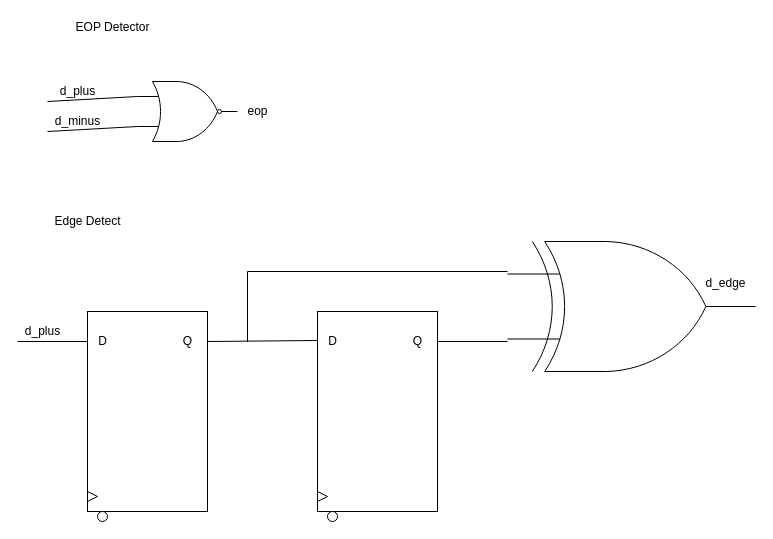
The draw.io diagram project/docs/schematic.drawio in Mooyeonkim628/ECE337_ASIC_Design, before the edit. Source tidied: cells renumbered, new cells numbered last; positions are measured from the earlier drawing's top-left corner, leaving out a move shared by most shapes. Both pictures are drawn from the tidied source at 100%, with x=0, y=0 at pixel (17, 17).
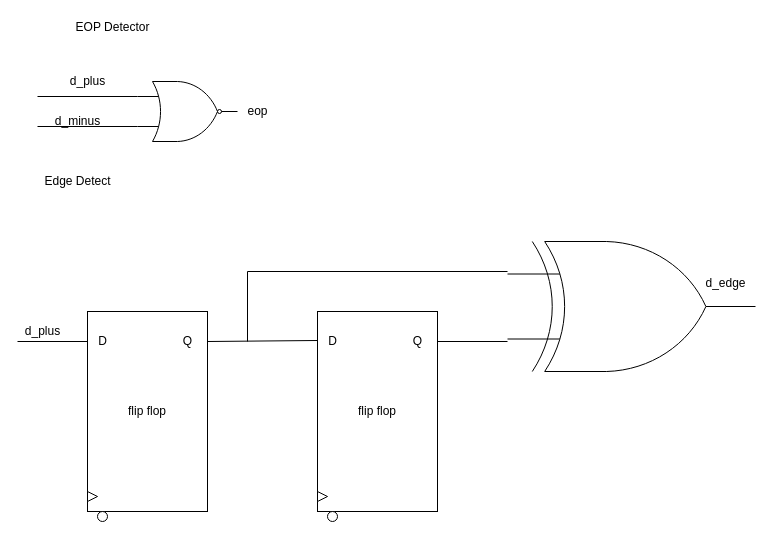
After the change.

Unchanged cells that the change refers to:
```xml
<mxCell id="4" style="verticalLabelPosition=bottom;shadow=0;dashed=0;align=center;html=1;verticalAlign=top;shape=mxgraph.electrical.logic_gates.logic_gate;operation=or;negating=1;" parent="1" vertex="1">
  <mxGeometry x="120" y="64" width="100" height="60" as="geometry" />
</mxCell>
```

The edit, as a diff of the source:
```diff
@@
     <mxCell id="3" style="endArrow=none;html=1;entryX=0;entryY=0.25;entryDx=0;entryDy=0;entryPerimeter=0;" parent="1" edge="1" target="4">
       <mxGeometry relative="1" as="geometry">
-        <mxPoint x="30" y="84" as="sourcePoint" />
+        <mxPoint x="20" y="79" as="sourcePoint" />
       </mxGeometry>
     </mxCell>
@@
     <mxCell id="5" value="d_plus" style="text;html=1;align=center;verticalAlign=middle;" parent="1" vertex="1">
-      <mxGeometry x="35" y="64" width="50" height="20" as="geometry" />
+      <mxGeometry x="45" y="54" width="50" height="20" as="geometry" />
     </mxCell>
     <mxCell id="6" style="endArrow=none;html=1;entryX=0;entryY=0.75;entryDx=0;entryDy=0;entryPerimeter=0;" parent="1" edge="1" target="4">
       <mxGeometry relative="1" as="geometry">
-        <mxPoint x="30" y="114" as="sourcePoint" />
+        <mxPoint x="20" y="109" as="sourcePoint" />
       </mxGeometry>
     </mxCell>
@@
     <mxCell id="9" value="Edge Detect" style="text;html=1;align=center;verticalAlign=middle;" parent="1" vertex="1">
-      <mxGeometry x="30" y="194" width="80" height="20" as="geometry" />
+      <mxGeometry x="20" y="154" width="80" height="20" as="geometry" />
     </mxCell>
-    <mxCell id="10" style="rounded=0;whiteSpace=wrap;html=1;" parent="1" vertex="1">
+    <mxCell id="10" value="flip flop" style="rounded=0;whiteSpace=wrap;html=1;" parent="1" vertex="1">
       <mxGeometry x="70" y="294" width="120" height="200" as="geometry" />
     </mxCell>
@@
-    <mxCell id="15" style="rounded=0;whiteSpace=wrap;html=1;" parent="1" vertex="1">
+    <mxCell id="15" value="&lt;span&gt;flip flop&lt;/span&gt;" style="rounded=0;whiteSpace=wrap;html=1;" parent="1" vertex="1">
       <mxGeometry x="300" y="294" width="120" height="200" as="geometry" />
     </mxCell>
```
